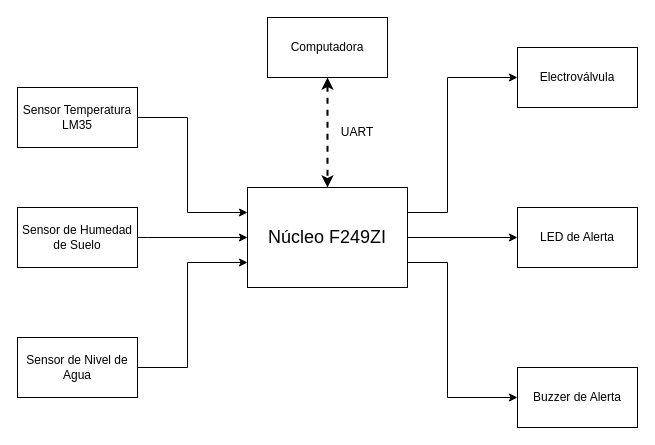
Earlier version of the draw.io diagram Monitoreo Electrónico de Invernadero.drawio (Laureano1997/TPN1_Monitoreo_Electr-nico_de_Invernadero). Source tidied: cells renumbered, new cells numbered last; positions are measured from the earlier drawing's top-left corner, leaving out a move shared by most shapes. Both pictures are drawn from the tidied source at 100%, with x=0, y=0 at pixel (17, 17).
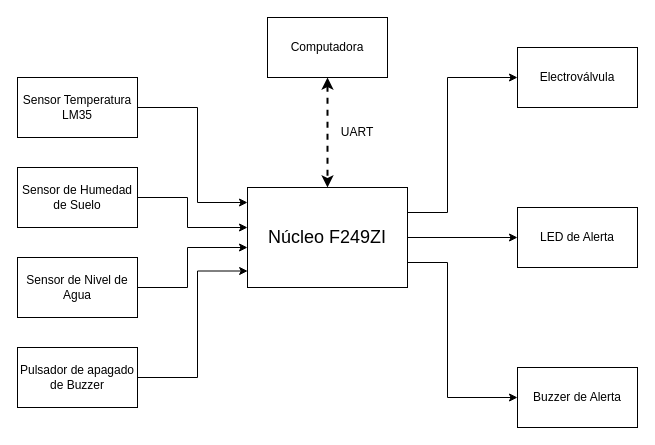
After the change.

Unchanged cells that the change refers to:
```xml
<mxCell id="5" value="&lt;font style=&quot;font-size: 18px;&quot;&gt;Núcleo F249ZI&lt;/font&gt;" style="rounded=0;whiteSpace=wrap;html=1;" parent="1" vertex="1">
  <mxGeometry x="230" y="170" width="160" height="100" as="geometry" />
</mxCell>
```

What changed in the source:
```diff
@@
     <mxCell id="6" value="Sensor Temperatura LM35" style="rounded=0;whiteSpace=wrap;html=1;" parent="1" vertex="1">
-      <mxGeometry y="70" width="120" height="60" as="geometry" />
+      <mxGeometry y="60" width="120" height="60" as="geometry" />
     </mxCell>
-    <mxCell id="7" style="edgeStyle=orthogonalEdgeStyle;rounded=0;jettySize=auto;html=1;exitX=1;exitY=0.5;exitDx=0;exitDy=0;entryX=0;entryY=0.25;entryDx=0;entryDy=0;" parent="1" edge="1" source="6" target="5">
+    <mxCell id="7" style="edgeStyle=orthogonalEdgeStyle;rounded=0;jettySize=auto;html=1;exitX=1;exitY=0.5;exitDx=0;exitDy=0;entryX=0;entryY=0.25;entryDx=0;entryDy=0;" parent="1" edge="1" source="6">
       <mxGeometry relative="1" as="geometry">
+        <mxPoint x="230" y="185" as="targetPoint" />
         <Array as="points">
-          <mxPoint x="170" y="100" />
-          <mxPoint x="170" y="195" />
+          <mxPoint x="180" y="90" />
+          <mxPoint x="180" y="185" />
         </Array>
       </mxGeometry>
     </mxCell>
     <mxCell id="8" value="Sensor de Humedad de Suelo" style="rounded=0;whiteSpace=wrap;html=1;" parent="1" vertex="1">
-      <mxGeometry y="190" width="120" height="60" as="geometry" />
+      <mxGeometry y="150" width="120" height="60" as="geometry" />
     </mxCell>
-    <mxCell id="9" style="edgeStyle=orthogonalEdgeStyle;rounded=0;jettySize=auto;html=1;exitX=1;exitY=0.5;exitDx=0;exitDy=0;entryX=0;entryY=0.5;entryDx=0;entryDy=0;" parent="1" edge="1" source="8" target="5">
+    <mxCell id="9" style="edgeStyle=orthogonalEdgeStyle;rounded=0;jettySize=auto;html=1;exitX=1;exitY=0.5;exitDx=0;exitDy=0;entryX=0;entryY=0.5;entryDx=0;entryDy=0;" parent="1" edge="1" source="8">
       <mxGeometry relative="1" as="geometry">
+        <mxPoint x="230" y="210" as="targetPoint" />
         <Array as="points">
-          <mxPoint x="130" y="220" />
-          <mxPoint x="130" y="220" />
+          <mxPoint x="170" y="180" />
+          <mxPoint x="170" y="210" />
         </Array>
       </mxGeometry>
     </mxCell>
-    <mxCell id="10" style="edgeStyle=orthogonalEdgeStyle;rounded=0;jettySize=auto;html=1;exitX=1;exitY=0.5;exitDx=0;exitDy=0;entryX=0;entryY=0.75;entryDx=0;entryDy=0;" parent="1" edge="1" source="11" target="5">
+    <mxCell id="10" style="edgeStyle=orthogonalEdgeStyle;rounded=0;jettySize=auto;html=1;exitX=1;exitY=0.5;exitDx=0;exitDy=0;" parent="1" edge="1" source="11">
       <mxGeometry relative="1" as="geometry">
+        <mxPoint x="230" y="230" as="targetPoint" />
         <Array as="points">
-          <mxPoint x="170" y="350" />
-          <mxPoint x="170" y="245" />
+          <mxPoint x="170" y="270" />
+          <mxPoint x="170" y="230" />
         </Array>
       </mxGeometry>
     </mxCell>
     <mxCell id="11" value="Sensor de Nivel de Agua" style="rounded=0;whiteSpace=wrap;html=1;" parent="1" vertex="1">
-      <mxGeometry y="320" width="120" height="60" as="geometry" />
+      <mxGeometry y="240" width="120" height="60" as="geometry" />
     </mxCell>
@@
+    <mxCell id="18" value="Pulsador de apagado de Buzzer" style="rounded=0;whiteSpace=wrap;html=1;" parent="1" vertex="1">
+      <mxGeometry y="330" width="120" height="60" as="geometry" />
+    </mxCell>
+    <mxCell id="19" style="edgeStyle=orthogonalEdgeStyle;rounded=0;jettySize=auto;html=1;exitX=1;exitY=0.5;exitDx=0;exitDy=0;entryX=0.001;entryY=0.835;entryDx=0;entryDy=0;entryPerimeter=0;" parent="1" edge="1" source="18" target="5">
+      <mxGeometry relative="1" as="geometry">
+        <Array as="points">
+          <mxPoint x="180" y="360" />
+          <mxPoint x="180" y="253" />
+        </Array>
+      </mxGeometry>
+    </mxCell>
```
